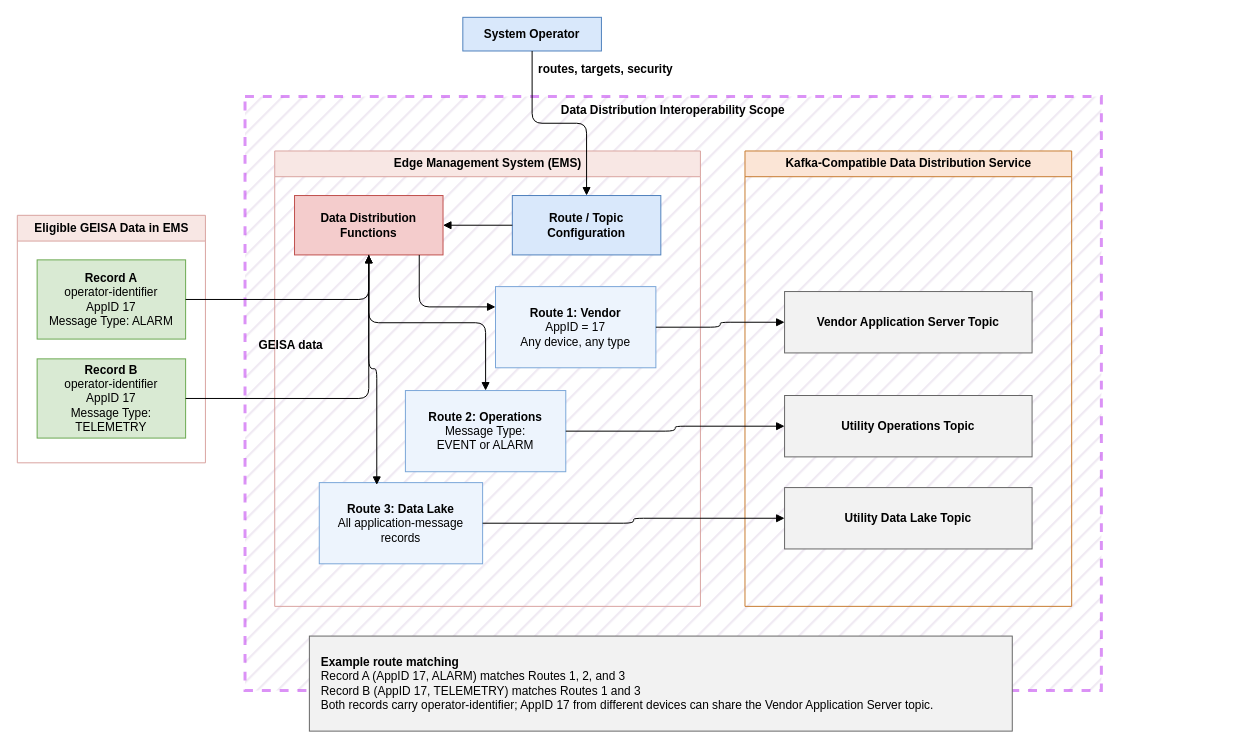
Above: source/adm/data-distribution-overlapping-routes.drawio in geisa/specification (draw.io), before the change. Source tidied: cells renumbered, new cells numbered last; positions are measured from the earlier drawing's top-left corner, leaving out a move shared by most shapes. Both pictures are drawn from the tidied source at 99%, with x=0, y=0 at pixel (17, 17).
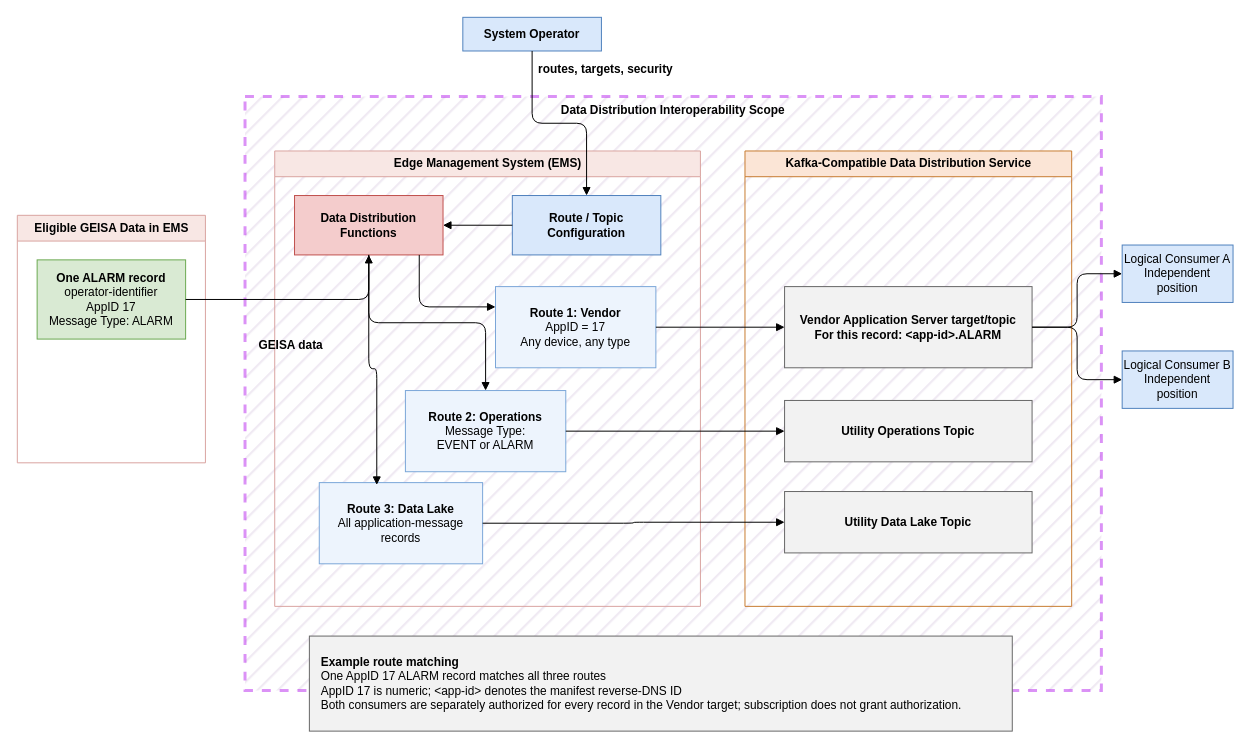
After the change.

Commit message (it also covers changes not shown here):
Reorganized ADM Data Distribution and misc clarifications on interoperability requirements

Unchanged cells that the change refers to:
```xml
<mxCell id="4" value="Eligible GEISA Data in EMS" style="swimlane;html=1;rounded=0;startSize=26;fillColor=#f8e7e4;strokeColor=#d9a3a0;fontStyle=1;" parent="1" vertex="1">
  <mxGeometry y="200" width="190" height="250" as="geometry" />
</mxCell>
<mxCell id="8" value="Data Distribution&lt;br&gt;Functions" style="rounded=0;whiteSpace=wrap;html=1;fillColor=#f4cccc;strokeColor=#c0504d;fontStyle=1;" parent="7" vertex="1">
  <mxGeometry x="20" y="45" width="150" height="60" as="geometry" />
</mxCell>
<mxCell id="18" value="Kafka-Compatible Data Distribution Service" style="swimlane;html=1;rounded=0;startSize=26;fillColor=#fbe5d6;strokeColor=#c77b30;fontStyle=1;" parent="1" vertex="1">
  <mxGeometry x="735" y="135" width="330" height="460" as="geometry" />
</mxCell>
```

Change to the diagram source:
```diff
@@
-    <mxCell id="5" value="&lt;b&gt;Record A&lt;/b&gt;&lt;br&gt;operator-identifier&lt;br&gt;AppID 17&lt;br&gt;Message Type: ALARM" style="rounded=0;whiteSpace=wrap;html=1;fillColor=#d9ead3;strokeColor=#6aa84f;" parent="4" vertex="1">
+    <mxCell id="5" value="&lt;b&gt;One ALARM record&lt;/b&gt;&lt;br&gt;operator-identifier&lt;br&gt;AppID 17&lt;br&gt;Message Type: ALARM" style="rounded=0;whiteSpace=wrap;html=1;fillColor=#d9ead3;strokeColor=#6aa84f;" parent="4" vertex="1">
       <mxGeometry x="20" y="45" width="150" height="80" as="geometry" />
     </mxCell>
-    <mxCell id="6" value="&lt;b&gt;Record B&lt;/b&gt;&lt;br&gt;operator-identifier&lt;br&gt;AppID 17&lt;br&gt;Message Type: TELEMETRY" style="rounded=0;whiteSpace=wrap;html=1;fillColor=#d9ead3;strokeColor=#6aa84f;" parent="4" vertex="1">
-      <mxGeometry x="20" y="145" width="150" height="80" as="geometry" />
-    </mxCell>
@@
-    <mxCell id="19" value="Vendor Application Server Topic" style="rounded=0;whiteSpace=wrap;html=1;fillColor=#f2f2f2;strokeColor=#666666;fontStyle=1;" parent="18" vertex="1">
-      <mxGeometry x="40" y="142" width="250" height="62" as="geometry" />
+    <mxCell id="19" value="Vendor Application Server target/topic&lt;br&gt;For this record: &amp;lt;app-id&amp;gt;.ALARM" style="rounded=0;whiteSpace=wrap;html=1;fillColor=#f2f2f2;strokeColor=#666666;fontStyle=1;" parent="18" vertex="1">
+      <mxGeometry x="40" y="137" width="250" height="82" as="geometry" />
     </mxCell>
     <mxCell id="20" value="Utility Operations Topic" style="rounded=0;whiteSpace=wrap;html=1;fillColor=#f2f2f2;strokeColor=#666666;fontStyle=1;" parent="18" vertex="1">
-      <mxGeometry x="40" y="247" width="250" height="62" as="geometry" />
+      <mxGeometry x="40" y="252" width="250" height="62" as="geometry" />
     </mxCell>
     <mxCell id="21" value="Utility Data Lake Topic" style="rounded=0;whiteSpace=wrap;html=1;fillColor=#f2f2f2;strokeColor=#666666;fontStyle=1;" parent="18" vertex="1">
-      <mxGeometry x="40" y="340" width="250" height="62" as="geometry" />
+      <mxGeometry x="40" y="344" width="250" height="62" as="geometry" />
     </mxCell>
+    <mxCell id="30" value="Logical Consumer A&lt;br&gt;Independent position" style="rounded=0;whiteSpace=wrap;html=1;fillColor=#d9e8fb;strokeColor=#4f81bd;" parent="1" vertex="1">
+      <mxGeometry x="1116" y="230" width="112" height="58" as="geometry" />
+    </mxCell>
+    <mxCell id="31" value="Logical Consumer B&lt;br&gt;Independent position" style="rounded=0;whiteSpace=wrap;html=1;fillColor=#d9e8fb;strokeColor=#4f81bd;" parent="1" vertex="1">
+      <mxGeometry x="1116" y="337" width="112" height="58" as="geometry" />
+    </mxCell>
-    <mxCell id="22" value="&lt;b&gt;Example route matching&lt;/b&gt;&lt;br&gt;Record A (AppID 17, ALARM) matches Routes 1, 2, and 3&lt;br&gt;Record B (AppID 17, TELEMETRY) matches Routes 1 and 3&lt;br&gt;Both records carry operator-identifier; AppID 17 from different devices can share the Vendor Application Server topic." style="rounded=0;whiteSpace=wrap;html=1;fillColor=#f2f2f2;strokeColor=#666666;align=left;spacingLeft=10;" parent="1" vertex="1">
+    <mxCell id="22" value="&lt;b&gt;Example route matching&lt;/b&gt;&lt;br&gt;One AppID 17 ALARM record matches all three routes&lt;br&gt;AppID 17 is numeric; &amp;lt;app-id&amp;gt; denotes the manifest reverse-DNS ID&lt;br&gt;Both consumers are separately authorized for every record in the Vendor target; subscription does not grant authorization." style="rounded=0;whiteSpace=wrap;html=1;fillColor=#f2f2f2;strokeColor=#666666;align=left;spacingLeft=10;" parent="1" vertex="1">
       <mxGeometry x="295" y="625" width="710" height="96" as="geometry" />
     </mxCell>
@@
-    <mxCell id="26" style="edgeStyle=orthogonalEdgeStyle;rounded=1;jettySize=auto;html=1;endArrow=block;endFill=1;" parent="1" edge="1" source="6" target="8">
-      <mxGeometry relative="1" as="geometry" />
-    </mxCell>
@@
+    <mxCell id="32" style="edgeStyle=orthogonalEdgeStyle;rounded=1;jettySize=auto;html=1;endArrow=block;endFill=1;" parent="1" edge="1" source="19" target="30">
+      <mxGeometry relative="1" as="geometry" />
+    </mxCell>
+    <mxCell id="33" style="edgeStyle=orthogonalEdgeStyle;rounded=1;jettySize=auto;html=1;endArrow=block;endFill=1;" parent="1" edge="1" source="19" target="31">
+      <mxGeometry relative="1" as="geometry" />
+    </mxCell>
```
